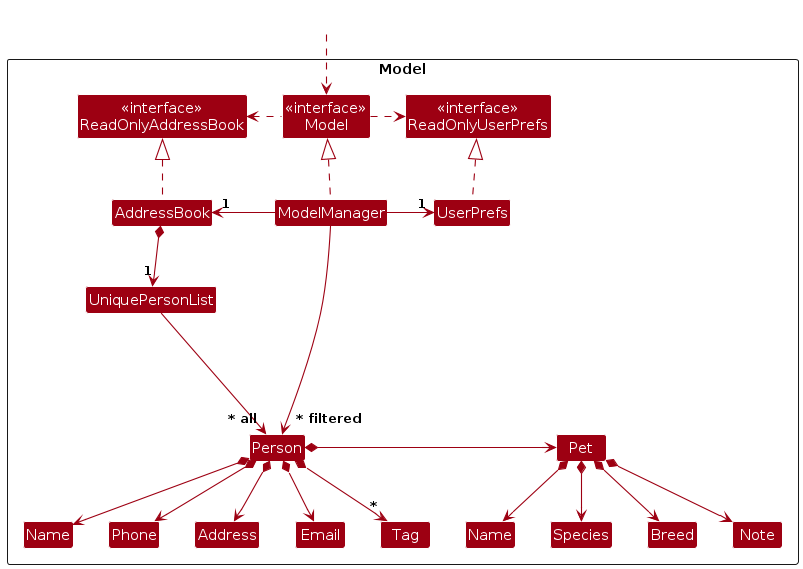
Before: diagrams/ModelClassDiagram.png, a diagram exported from PlantUML (ram-nush/tp). Its source is kept beside it as diagrams/ModelClassDiagram.puml.
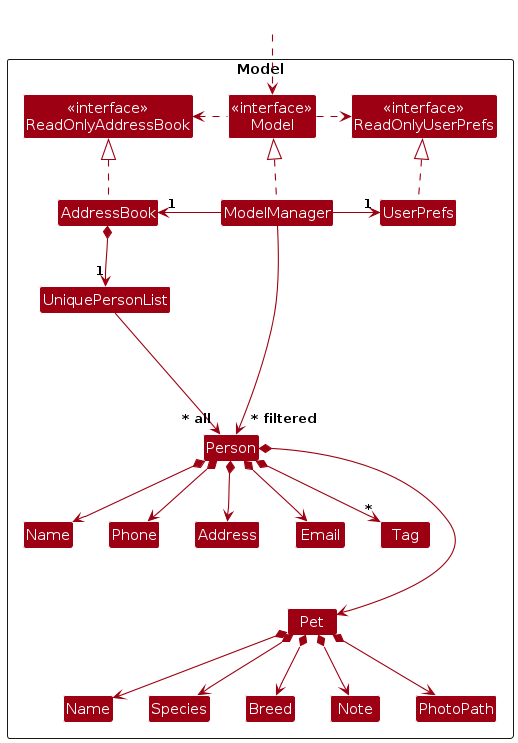
The same file after the commit.

What changed in the source:
```diff
@@ -5,27 +5,28 @@
 skinparam classBackgroundColor MODEL_COLOR
 
 Package Model as ModelPackage <<Rectangle>>{
-Class "<<interface>>\nReadOnlyAddressBook" as ReadOnlyAddressBook
-Class "<<interface>>\nReadOnlyUserPrefs" as ReadOnlyUserPrefs
-Class "<<interface>>\nModel" as Model
-Class AddressBook
-Class ModelManager
-Class UserPrefs
+    Class "<<interface>>\nReadOnlyAddressBook" as ReadOnlyAddressBook
+    Class "<<interface>>\nReadOnlyUserPrefs" as ReadOnlyUserPrefs
+    Class "<<interface>>\nModel" as Model
+    Class AddressBook
+    Class ModelManager
+    Class UserPrefs
 
-Class UniquePersonList
-Class Person
-Class Address
-Class Email
-Class Name
-Class Phone
-Class Tag
-Class Pet
-Class "Name" as PetName
-Class Species
-Class Breed
-Class Note
+    Class UniquePersonList
+    Class Person
+    Class Address
+    Class Email
+    Class Name
+    Class Phone
+    Class Tag
+    Class Pet
+    Class "Name" as PetName
+    Class Species
+    Class Breed
+    Class Note
+    Class PhotoPath
 
-Class I #FFFFFF
+    Class I #FFFFFF
 }
 
 Class HiddenOutside #FFFFFF
@@ -47,12 +48,13 @@
 Person *--> Email
 Person *--> Address
 Person *--> "*" Tag
-Person *-> Pet
+Person *---> Pet
 
 Pet *--> PetName
 Pet *--> Species
 Pet *--> Breed
 Pet *--> Note
+Pet *--> PhotoPath
 
 ModelManager --> "~* filtered" Person
 Person -[hidden]up--> I
@@ -66,5 +68,6 @@
 PetName -[hidden]right-> Species
 Species -[hidden]right-> Breed
 Breed -[hidden]right-> Note
+Note -[hidden]right-> PhotoPath
 
 @enduml
```
